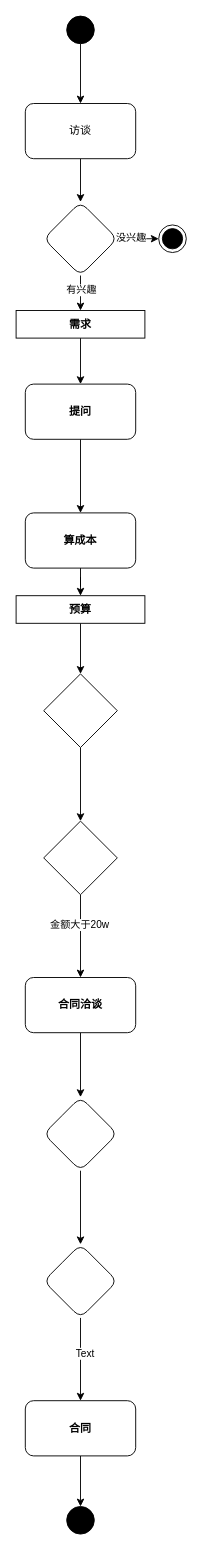
Earlier version of the draw.io diagram 未命名绘图.drawio (markzhang12345/drawio). Source tidied: cells renumbered, new cells numbered last; positions are measured from the earlier drawing's top-left corner, leaving out a move shared by most shapes. Both pictures are drawn from the tidied source at 92%, with x=0, y=0 at pixel (16, 16).
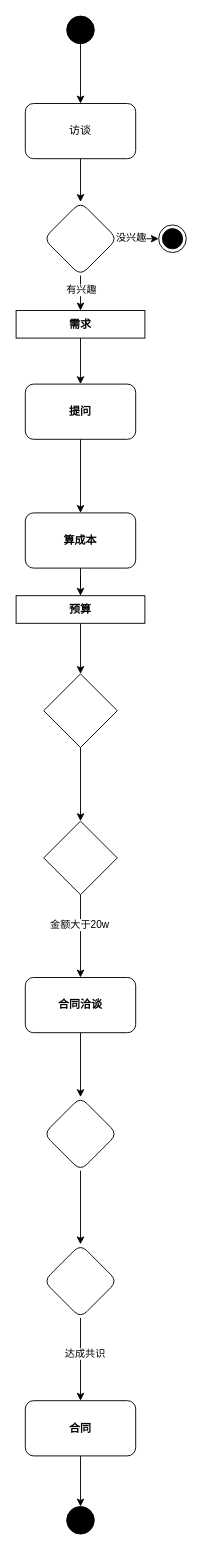
The same diagram, later.

The change refers to these unchanged cells:
```xml
<mxCell id="29" style="edgeStyle=orthogonalEdgeStyle;rounded=0;jettySize=auto;html=1;" parent="1" edge="1" source="31" target="33">
  <mxGeometry relative="1" as="geometry" />
</mxCell>
```

Diff of the diagram source:
```diff
@@
-    <mxCell id="30" value="Text" style="edgeLabel;html=1;align=center;verticalAlign=middle;" parent="29" vertex="1">
+    <mxCell id="30" value="达成共识" style="edgeLabel;html=1;align=center;verticalAlign=middle;" parent="29" vertex="1">
       <mxGeometry x="-0.15" y="4" relative="1" as="geometry" />
     </mxCell>
```
